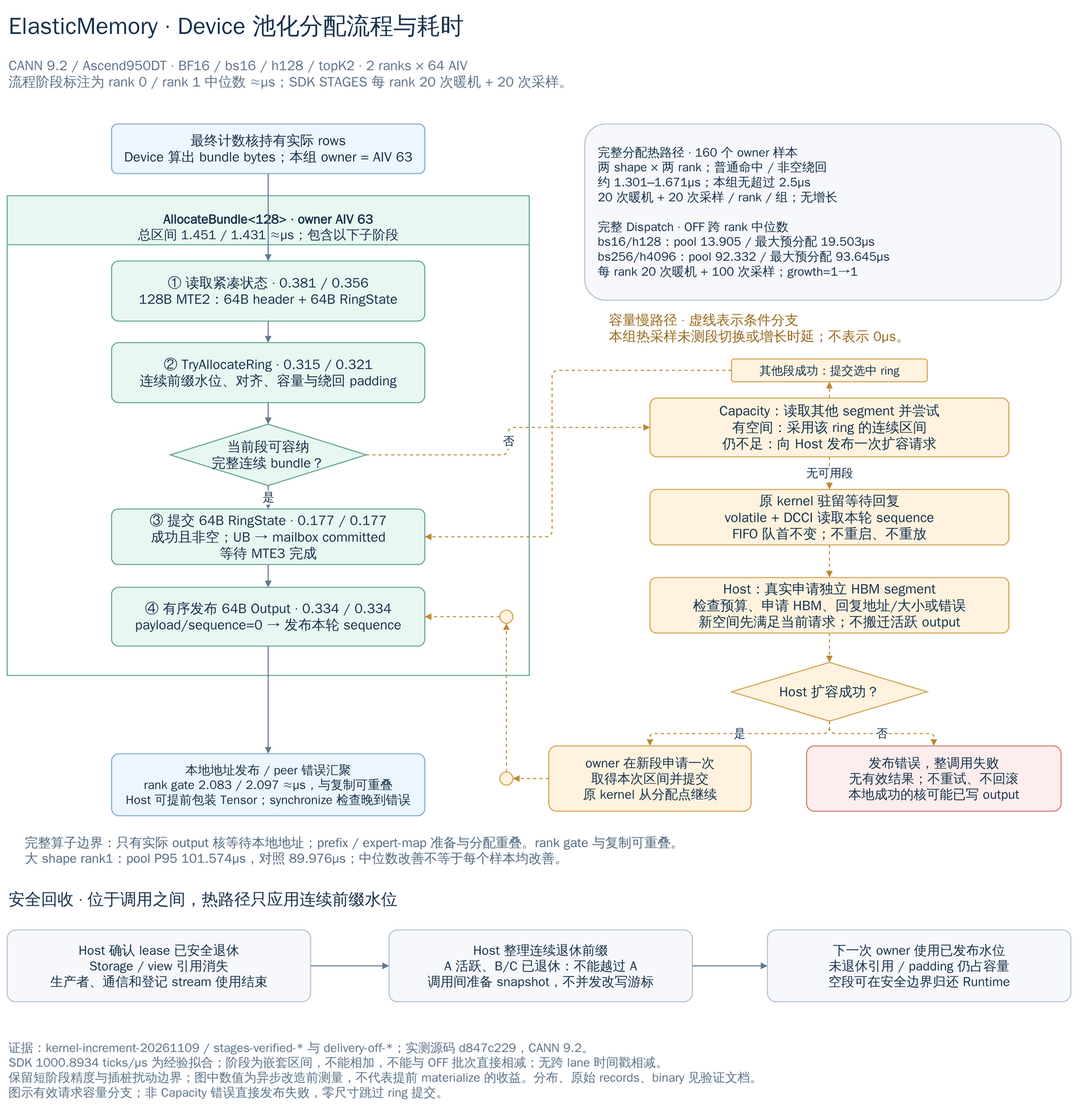
Before: docs/diagrams/elastic-memory/device-allocation-profile.drawio.png, a diagram exported from draw.io (Denver17/TileXR). Source tidied: cells renumbered, new cells last; positions are measured from the earlier drawing's top-left corner, leaving out a move shared by most shapes.
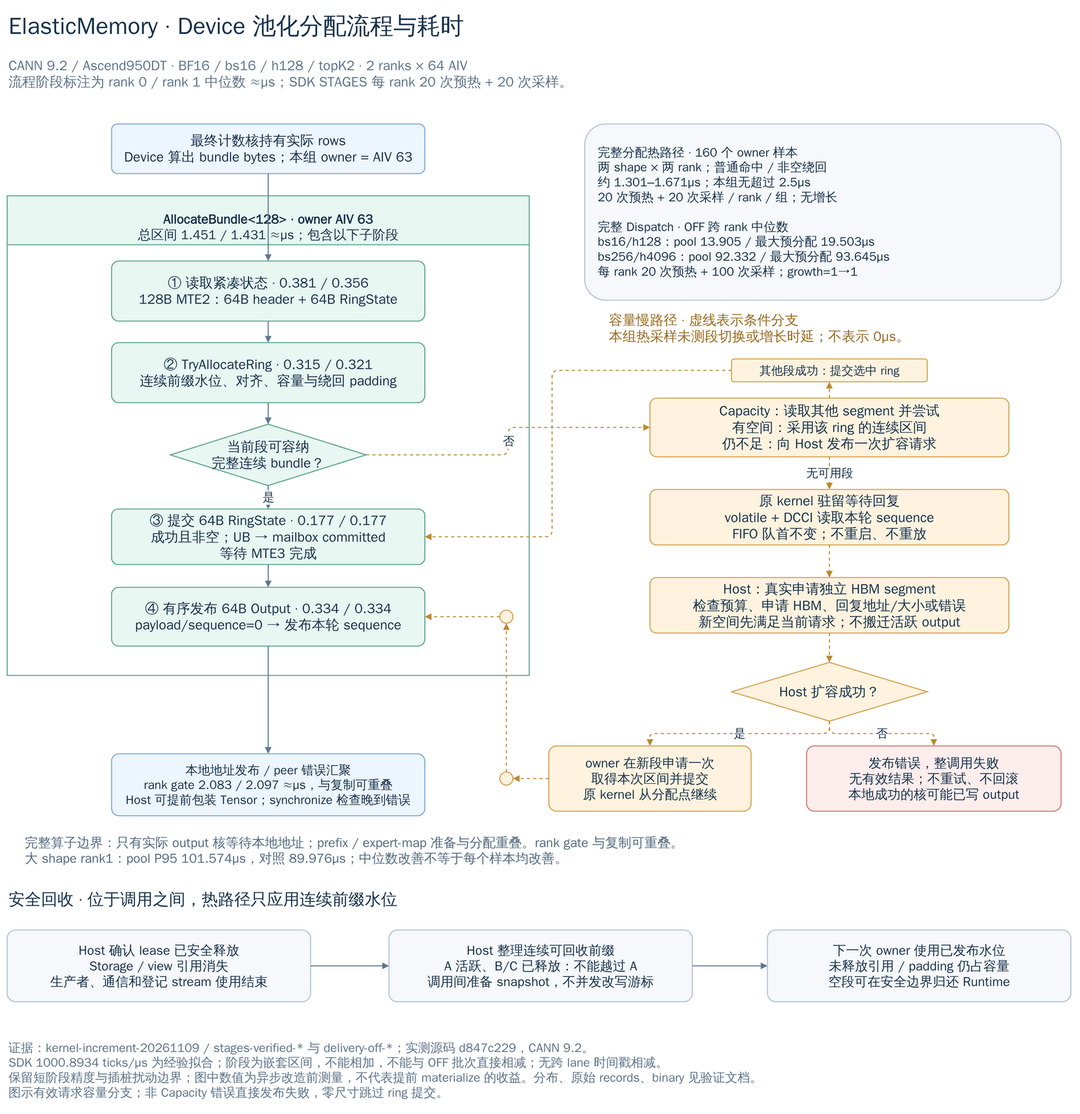
Above is the later version.

What changed in the source:
```diff
@@ -5,7 +5,7 @@
     <mxCell id="2" value="&lt;b&gt;ElasticMemory · Device 池化分配流程与耗时&lt;/b&gt;" style="html=1;whiteSpace=wrap;fontFamily=WenQuanYi Zen Hei;fontSize=21;fontColor=#18324B;strokeWidth=1.6;shape=text;strokeColor=none;fillColor=none;fontSize=36;fontColor=#18324B;align=left;" parent="1" vertex="1">
       <mxGeometry width="1630" height="60" as="geometry" />
     </mxCell>
-    <mxCell id="3" value="CANN 9.2 / Ascend950DT · BF16 / bs16 / h128 / topK2 · 2 ranks × 64 AIV&lt;br&gt;流程阶段标注为 rank 0 / rank 1 中位数 ≈µs；SDK STAGES 每 rank 20 次暖机 + 20 次采样。" style="html=1;whiteSpace=wrap;fontFamily=WenQuanYi Zen Hei;fontSize=21;fontColor=#18324B;strokeWidth=1.6;shape=text;strokeColor=none;fillColor=none;fontSize=21;fontColor=#60758A;align=left;" parent="1" vertex="1">
+    <mxCell id="3" value="CANN 9.2 / Ascend950DT · BF16 / bs16 / h128 / topK2 · 2 ranks × 64 AIV&lt;br&gt;流程阶段标注为 rank 0 / rank 1 中位数 ≈µs；SDK STAGES 每 rank 20 次预热 + 20 次采样。" style="html=1;whiteSpace=wrap;fontFamily=WenQuanYi Zen Hei;fontSize=21;fontColor=#18324B;strokeWidth=1.6;shape=text;strokeColor=none;fillColor=none;fontSize=21;fontColor=#60758A;align=left;" parent="1" vertex="1">
       <mxGeometry y="71" width="1630" height="64" as="geometry" />
     </mxCell>
     <mxCell id="4" value="&lt;b&gt;最终计数核持有实际 rows&lt;/b&gt;&lt;br&gt;Device 算出 bundle bytes；本组 owner = AIV 63" style="html=1;whiteSpace=wrap;fontFamily=WenQuanYi Zen Hei;fontSize=21;fontColor=#18324B;strokeWidth=1.6;rounded=1;arcSize=12;fillColor=#EDF5FF;strokeColor=#7FA9D6;spacing=10;" parent="1" vertex="1">
@@ -44,7 +44,7 @@
     <mxCell id="15" style="html=1;fontFamily=WenQuanYi Zen Hei;fontSize=21;fontColor=#18324B;strokeWidth=1.6;edgeStyle=orthogonalEdgeStyle;rounded=1;endArrow=block;endFill=1;fontSize=18;labelBackgroundColor=#FFFFFF;strokeColor=#5F7893;" parent="5" edge="1" source="9" target="10">
       <mxGeometry relative="1" as="geometry" />
     </mxCell>
-    <mxCell id="16" value="&lt;b&gt;完整分配热路径 · 160 个 owner 样本&lt;/b&gt;&lt;br&gt;两 shape × 两 rank；普通命中 / 非空绕回&lt;br&gt;&lt;b&gt;约 1.301–1.671µs；本组无超过 2.5µs&lt;/b&gt;&lt;br&gt;20 次暖机 + 20 次采样 / rank / 组；无增长&lt;br&gt;&lt;br&gt;&lt;b&gt;完整 Dispatch · OFF 跨 rank 中位数&lt;/b&gt;&lt;br&gt;bs16/h128：pool 13.905 / 最大预分配 19.503µs&lt;br&gt;bs256/h4096：pool 92.332 / 最大预分配 93.645µs&lt;br&gt;每 rank 20 次暖机 + 100 次采样；growth=1→1" style="html=1;whiteSpace=wrap;fontFamily=WenQuanYi Zen Hei;fontSize=21;fontColor=#18324B;strokeWidth=1.6;rounded=1;arcSize=12;fillColor=#F6F8FB;strokeColor=#B5C2D0;spacing=10;align=left;spacing=20;fontSize=19;" parent="1" vertex="1">
+    <mxCell id="16" value="&lt;b&gt;完整分配热路径 · 160 个 owner 样本&lt;/b&gt;&lt;br&gt;两 shape × 两 rank；普通命中 / 非空绕回&lt;br&gt;&lt;b&gt;约 1.301–1.671µs；本组无超过 2.5µs&lt;/b&gt;&lt;br&gt;20 次预热 + 20 次采样 / rank / 组；无增长&lt;br&gt;&lt;br&gt;&lt;b&gt;完整 Dispatch · OFF 跨 rank 中位数&lt;/b&gt;&lt;br&gt;bs16/h128：pool 13.905 / 最大预分配 19.503µs&lt;br&gt;bs256/h4096：pool 92.332 / 最大预分配 93.645µs&lt;br&gt;每 rank 20 次预热 + 100 次采样；growth=1→1" style="html=1;whiteSpace=wrap;fontFamily=WenQuanYi Zen Hei;fontSize=21;fontColor=#18324B;strokeWidth=1.6;rounded=1;arcSize=12;fillColor=#F6F8FB;strokeColor=#B5C2D0;spacing=10;align=left;spacing=20;fontSize=19;" parent="1" vertex="1">
       <mxGeometry x="885" y="180" width="730" height="270" as="geometry" />
     </mxCell>
     <mxCell id="17" value="&lt;b&gt;容量慢路径 · 虚线表示条件分支&lt;/b&gt;&lt;br&gt;本组热采样未测段切换或增长时延；不表示 0µs。" style="html=1;whiteSpace=wrap;fontFamily=WenQuanYi Zen Hei;fontSize=21;fontColor=#18324B;strokeWidth=1.6;shape=text;strokeColor=none;fillColor=none;fontSize=21;fontColor=#9A6C22;align=left;" parent="1" vertex="1">
@@ -127,13 +127,13 @@
     <mxCell id="41" value="&lt;b&gt;安全回收 · 位于调用之间，热路径只应用连续前缀水位&lt;/b&gt;" style="html=1;whiteSpace=wrap;fontFamily=WenQuanYi Zen Hei;fontSize=21;fontColor=#18324B;strokeWidth=1.6;shape=text;strokeColor=none;fillColor=none;fontSize=25;fontColor=#18324B;align=left;" parent="1" vertex="1">
       <mxGeometry y="1345" width="1630" height="45" as="geometry" />
     </mxCell>
-    <mxCell id="42" value="&lt;b&gt;Host 确认 lease 已安全退休&lt;/b&gt;&lt;br&gt;Storage / view 引用消失&lt;br&gt;生产者、通信和登记 stream 使用结束" style="html=1;whiteSpace=wrap;fontFamily=WenQuanYi Zen Hei;fontSize=21;fontColor=#18324B;strokeWidth=1.6;rounded=1;arcSize=12;fillColor=#F6F8FB;strokeColor=#B5C2D0;spacing=10;fontSize=20;" parent="1" vertex="1">
+    <mxCell id="42" value="&lt;b&gt;Host 确认 lease 已安全释放&lt;/b&gt;&lt;br&gt;Storage / view 引用消失&lt;br&gt;生产者、通信和登记 stream 使用结束" style="html=1;whiteSpace=wrap;fontFamily=WenQuanYi Zen Hei;fontSize=21;fontColor=#18324B;strokeWidth=1.6;rounded=1;arcSize=12;fillColor=#F6F8FB;strokeColor=#B5C2D0;spacing=10;fontSize=20;" parent="1" vertex="1">
       <mxGeometry y="1415" width="465" height="110" as="geometry" />
     </mxCell>
-    <mxCell id="43" value="&lt;b&gt;Host 整理连续退休前缀&lt;/b&gt;&lt;br&gt;A 活跃、B/C 已退休：不能越过 A&lt;br&gt;调用间准备 snapshot，不并发改写游标" style="html=1;whiteSpace=wrap;fontFamily=WenQuanYi Zen Hei;fontSize=21;fontColor=#18324B;strokeWidth=1.6;rounded=1;arcSize=12;fillColor=#F6F8FB;strokeColor=#B5C2D0;spacing=10;fontSize=20;" parent="1" vertex="1">
+    <mxCell id="43" value="&lt;b&gt;Host 整理连续可回收前缀&lt;/b&gt;&lt;br&gt;A 活跃、B/C 已释放：不能越过 A&lt;br&gt;调用间准备 snapshot，不并发改写游标" style="html=1;whiteSpace=wrap;fontFamily=WenQuanYi Zen Hei;fontSize=21;fontColor=#18324B;strokeWidth=1.6;rounded=1;arcSize=12;fillColor=#F6F8FB;strokeColor=#B5C2D0;spacing=10;fontSize=20;" parent="1" vertex="1">
       <mxGeometry x="585" y="1415" width="465" height="110" as="geometry" />
     </mxCell>
-    <mxCell id="44" value="&lt;b&gt;下一次 owner 使用已发布水位&lt;/b&gt;&lt;br&gt;未退休引用 / padding 仍占容量&lt;br&gt;空段可在安全边界归还 Runtime" style="html=1;whiteSpace=wrap;fontFamily=WenQuanYi Zen Hei;fontSize=21;fontColor=#18324B;strokeWidth=1.6;rounded=1;arcSize=12;fillColor=#F6F8FB;strokeColor=#B5C2D0;spacing=10;fontSize=20;" parent="1" vertex="1">
+    <mxCell id="44" value="&lt;b&gt;下一次 owner 使用已发布水位&lt;/b&gt;&lt;br&gt;未释放引用 / padding 仍占容量&lt;br&gt;空段可在安全边界归还 Runtime" style="html=1;whiteSpace=wrap;fontFamily=WenQuanYi Zen Hei;fontSize=21;fontColor=#18324B;strokeWidth=1.6;rounded=1;arcSize=12;fillColor=#F6F8FB;strokeColor=#B5C2D0;spacing=10;fontSize=20;" parent="1" vertex="1">
       <mxGeometry x="1165" y="1415" width="465" height="110" as="geometry" />
     </mxCell>
     <mxCell id="45" style="html=1;fontFamily=WenQuanYi Zen Hei;fontSize=21;fontColor=#18324B;strokeWidth=1.6;edgeStyle=orthogonalEdgeStyle;rounded=1;endArrow=block;endFill=1;fontSize=18;labelBackgroundColor=#FFFFFF;strokeColor=#5F7893;" parent="1" edge="1" source="42" target="43">
```
